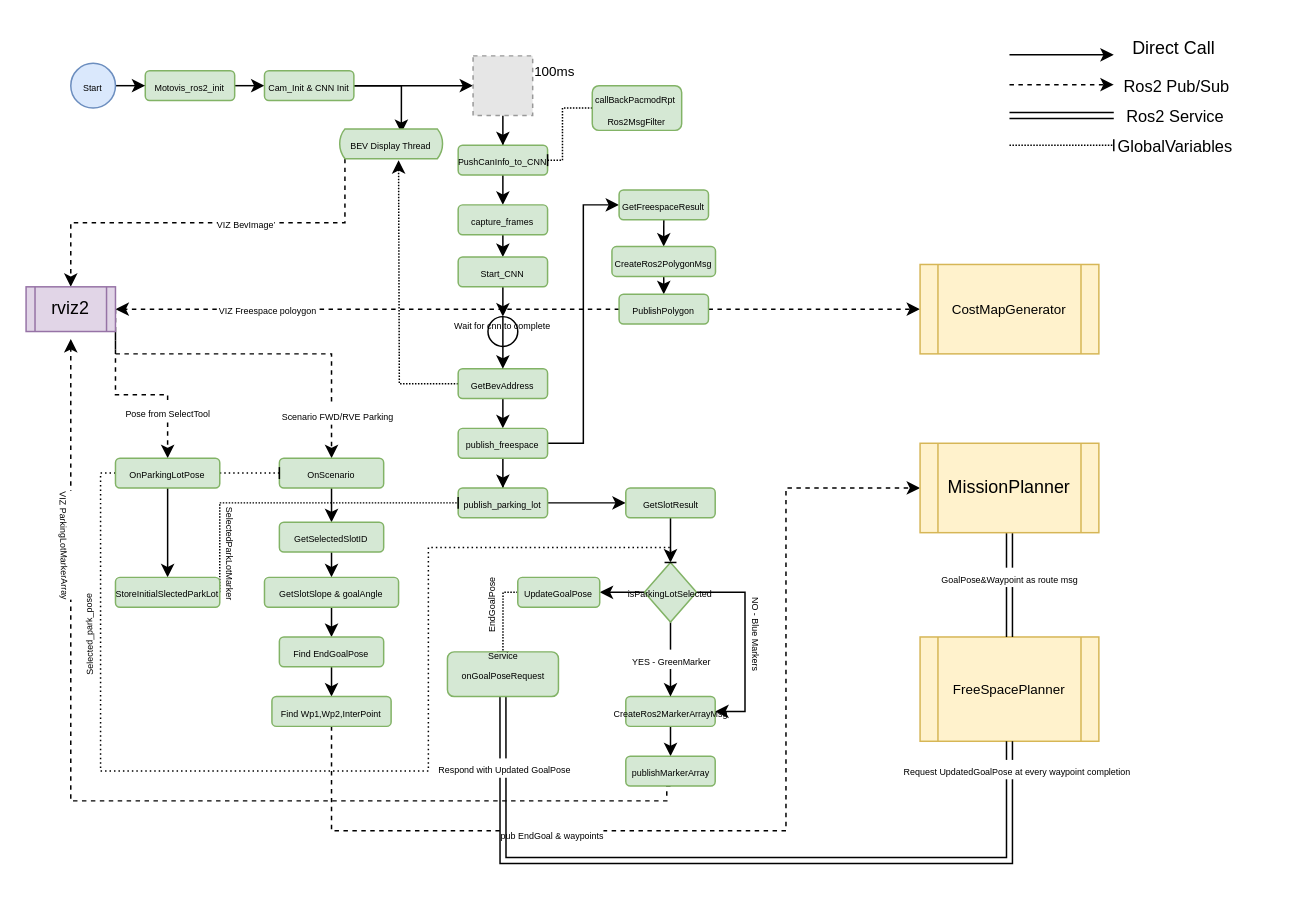
This is motovis_interface_flow.drawio from Narendarselva/autoware_docs, a draw.io file, before an edit. Source tidied: cells renumbered, new cells numbered last; positions are measured from the earlier drawing's top-left corner, leaving out a move shared by most shapes. Both pictures are drawn from the tidied source at 149%, with x=0, y=0 at pixel (25, 25). Pictures stored in the file or linked from it are replaced by grey dashed boxes.
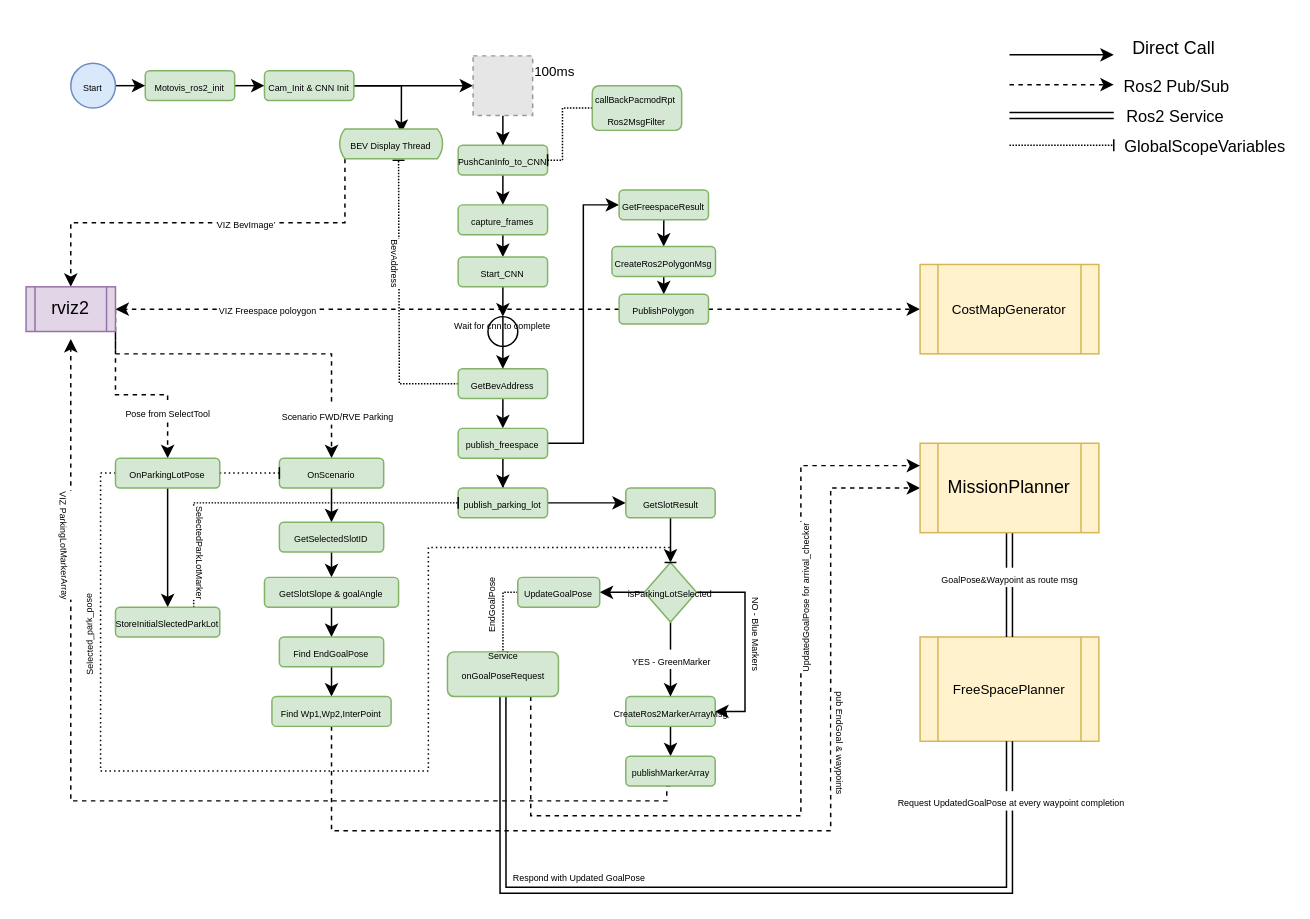
The same page after the edit.

Unchanged cells that the change refers to:
```xml
<mxCell id="19" value="&lt;font style=&quot;font-size: 6px;&quot;&gt;GetBevAddress&lt;/font&gt;" style="rounded=1;whiteSpace=wrap;html=1;fillColor=#d5e8d4;strokeColor=#82b366;" parent="1" vertex="1">
  <mxGeometry x="290" y="230" width="60" height="20" as="geometry" />
</mxCell>
<mxCell id="38" value="&lt;font style=&quot;font-size: 9px;&quot;&gt;FreeSpacePlanner&lt;/font&gt;" style="shape=process;whiteSpace=wrap;html=1;backgroundOutline=1;fillColor=#fff2cc;strokeColor=#d6b656;" parent="1" vertex="1">
  <mxGeometry x="600" y="410" width="120" height="70" as="geometry" />
</mxCell>
<mxCell id="40" value="&lt;font style=&quot;font-size: 6px;&quot;&gt;publish_parking_lot&lt;/font&gt;" style="rounded=1;whiteSpace=wrap;html=1;fillColor=#d5e8d4;strokeColor=#82b366;" parent="1" vertex="1">
  <mxGeometry x="290" y="310" width="60" height="20" as="geometry" />
</mxCell>
<mxCell id="69" value="&lt;span style=&quot;font-size: 6px;&quot;&gt;Find Wp1,Wp2,InterPoint&lt;/span&gt;" style="rounded=1;whiteSpace=wrap;html=1;fillColor=#d5e8d4;strokeColor=#82b366;" parent="1" vertex="1">
  <mxGeometry x="165" y="450" width="80" height="20" as="geometry" />
</mxCell>
<mxCell id="72" value="MissionPlanner" style="shape=process;whiteSpace=wrap;html=1;backgroundOutline=1;fillColor=#fff2cc;strokeColor=#d6b656;" parent="1" vertex="1">
  <mxGeometry x="600" y="280" width="120" height="60" as="geometry" />
</mxCell>
<mxCell id="85" value="&lt;font style=&quot;font-size: 6px;&quot;&gt;Service&lt;br&gt;onGoalPoseRequest&lt;br&gt;&lt;br&gt;&lt;/font&gt;" style="rounded=1;whiteSpace=wrap;html=1;fillColor=#d5e8d4;strokeColor=#82b366;" parent="1" vertex="1">
  <mxGeometry x="282.8" y="420" width="74.5" height="30" as="geometry" />
</mxCell>
<mxCell id="92" style="endArrow=baseDash;html=1;rounded=0;dashed=1;dashPattern=1 1;endFill=0;" parent="1" edge="1">
  <mxGeometry relative="1" as="geometry">
    <mxPoint x="660" y="80" as="sourcePoint" />
    <mxPoint x="730" y="80" as="targetPoint" />
  </mxGeometry>
</mxCell>
```

The edit, as a diff of the source:
```diff
@@
-    <mxCell id="17" style="edgeStyle=orthogonalEdgeStyle;rounded=0;jettySize=auto;html=1;exitX=0;exitY=0.5;exitDx=0;exitDy=0;dashed=1;dashPattern=1 1;" parent="1" edge="1" source="19">
+    <mxCell id="17" style="edgeStyle=orthogonalEdgeStyle;rounded=0;jettySize=auto;html=1;exitX=0;exitY=0.5;exitDx=0;exitDy=0;dashed=1;dashPattern=1 1;endArrow=baseDash;endFill=0;" parent="1" edge="1" source="19">
       <mxGeometry relative="1" as="geometry">
         <mxPoint x="250" y="90" as="targetPoint" />
       </mxGeometry>
     </mxCell>
+    <mxCell id="99" value="&lt;font style=&quot;font-size: 6px;&quot;&gt;BevAddress&lt;/font&gt;" style="edgeLabel;html=1;align=center;verticalAlign=middle;rotation=90;" parent="17" vertex="1">
+      <mxGeometry x="0.27" relative="1" as="geometry">
+        <mxPoint y="-1" as="offset" />
+      </mxGeometry>
+    </mxCell>
@@
     <mxCell id="67" style="edgeStyle=orthogonalEdgeStyle;rounded=0;jettySize=auto;html=1;exitX=0.5;exitY=1;exitDx=0;exitDy=0;entryX=0;entryY=0.5;entryDx=0;entryDy=0;dashed=1;" parent="1" edge="1" source="69" target="72">
       <mxGeometry relative="1" as="geometry">
         <Array as="points">
           <mxPoint x="205" y="540" />
-          <mxPoint x="510" y="540" />
-          <mxPoint x="510" y="310" />
+          <mxPoint x="540" y="540" />
+          <mxPoint x="540" y="310" />
         </Array>
       </mxGeometry>
     </mxCell>
-    <mxCell id="68" value="&lt;font style=&quot;font-size: 6px;&quot;&gt;pub EndGoal &amp;amp; waypoints&lt;/font&gt;" style="edgeLabel;html=1;align=center;verticalAlign=middle;" parent="67" vertex="1">
+    <mxCell id="68" value="&lt;font style=&quot;font-size: 6px;&quot;&gt;pub EndGoal &amp;amp; waypoints&lt;/font&gt;" style="edgeLabel;html=1;align=center;verticalAlign=middle;rotation=90;" parent="67" vertex="1">
       <mxGeometry x="-0.34" y="-1" relative="1" as="geometry">
-        <mxPoint x="-12" as="offset" />
+        <mxPoint x="185" y="-61" as="offset" />
       </mxGeometry>
     </mxCell>
@@
     <mxCell id="82" style="edgeStyle=orthogonalEdgeStyle;rounded=0;jettySize=auto;html=1;exitX=0.5;exitY=1;exitDx=0;exitDy=0;entryX=0.5;entryY=1;entryDx=0;entryDy=0;shape=link;" parent="1" edge="1" source="85" target="38">
       <mxGeometry relative="1" as="geometry">
         <Array as="points">
-          <mxPoint x="320" y="560" />
-          <mxPoint x="660" y="560" />
+          <mxPoint x="320" y="580" />
+          <mxPoint x="660" y="580" />
         </Array>
       </mxGeometry>
     </mxCell>
     <mxCell id="83" value="&lt;font style=&quot;font-size: 6px;&quot;&gt;Request UpdatedGoalPose at every waypoint completion&lt;/font&gt;" style="edgeLabel;html=1;align=center;verticalAlign=middle;" parent="82" vertex="1">
-      <mxGeometry x="0.93" y="-4" relative="1" as="geometry" />
+      <mxGeometry x="0.93" y="-4" relative="1" as="geometry">
+        <mxPoint x="-4" y="20" as="offset" />
+      </mxGeometry>
     </mxCell>
     <mxCell id="84" value="&lt;font style=&quot;font-size: 6px;&quot;&gt;Respond with Updated GoalPose&lt;/font&gt;" style="edgeLabel;html=1;align=center;verticalAlign=middle;" parent="82" vertex="1">
       <mxGeometry x="-0.94" relative="1" as="geometry">
-        <mxPoint y="32" as="offset" />
+        <mxPoint x="50" y="103" as="offset" />
       </mxGeometry>
     </mxCell>
+    <mxCell id="100" style="edgeStyle=orthogonalEdgeStyle;rounded=0;jettySize=auto;html=1;exitX=0.75;exitY=1;exitDx=0;exitDy=0;entryX=0;entryY=0.25;entryDx=0;entryDy=0;dashed=1;" parent="1" edge="1" source="85" target="72">
+      <mxGeometry relative="1" as="geometry">
+        <Array as="points">
+          <mxPoint x="339" y="530" />
+          <mxPoint x="520" y="530" />
+          <mxPoint x="520" y="295" />
+        </Array>
+      </mxGeometry>
+    </mxCell>
+    <mxCell id="101" value="&lt;font style=&quot;font-size: 6px;&quot;&gt;UpdatedGoalPose for arrival_checker&lt;/font&gt;" style="edgeLabel;html=1;align=center;verticalAlign=middle;rotation=-90;" parent="100" vertex="1">
+      <mxGeometry x="0.41" y="-1" relative="1" as="geometry" />
+    </mxCell>
@@
-    <mxCell id="93" value="GlobalVariables" style="edgeLabel;html=1;align=center;verticalAlign=middle;" parent="92" vertex="1">
+    <mxCell id="93" value="GlobalScopeVariables" style="edgeLabel;html=1;align=center;verticalAlign=middle;" parent="92" vertex="1">
       <mxGeometry x="0.73" y="1" relative="1" as="geometry">
-        <mxPoint x="49" y="1" as="offset" />
+        <mxPoint x="69" y="1" as="offset" />
       </mxGeometry>
     </mxCell>
@@
-    <mxCell id="96" style="edgeStyle=orthogonalEdgeStyle;rounded=0;jettySize=auto;html=1;exitX=1;exitY=0.5;exitDx=0;exitDy=0;dashed=1;dashPattern=1 1;endArrow=baseDash;endFill=0;" parent="1" edge="1" source="98" target="40">
+    <mxCell id="96" style="edgeStyle=orthogonalEdgeStyle;rounded=0;jettySize=auto;html=1;exitX=0.75;exitY=0;exitDx=0;exitDy=0;dashed=1;dashPattern=1 1;endArrow=baseDash;endFill=0;" parent="1" edge="1" source="98" target="40">
       <mxGeometry relative="1" as="geometry">
         <Array as="points">
-          <mxPoint x="130" y="320" />
+          <mxPoint x="113" y="320" />
         </Array>
       </mxGeometry>
     </mxCell>
     <mxCell id="97" value="&lt;font style=&quot;font-size: 6px;&quot;&gt;SelectedParkLotMarker&lt;/font&gt;" style="edgeLabel;html=1;align=center;verticalAlign=middle;rotation=90;" parent="96" vertex="1">
       <mxGeometry x="-0.65" relative="1" as="geometry">
-        <mxPoint x="10" y="12" as="offset" />
+        <mxPoint x="7" y="6" as="offset" />
       </mxGeometry>
     </mxCell>
     <mxCell id="98" value="&lt;font style=&quot;font-size: 6px;&quot;&gt;StoreInitialSlectedParkLot&lt;/font&gt;" style="rounded=1;whiteSpace=wrap;html=1;fillColor=#d5e8d4;strokeColor=#82b366;" parent="1" vertex="1">
-      <mxGeometry x="60" y="370" width="70" height="20" as="geometry" />
+      <mxGeometry x="60" y="390" width="70" height="20" as="geometry" />
     </mxCell>
```
